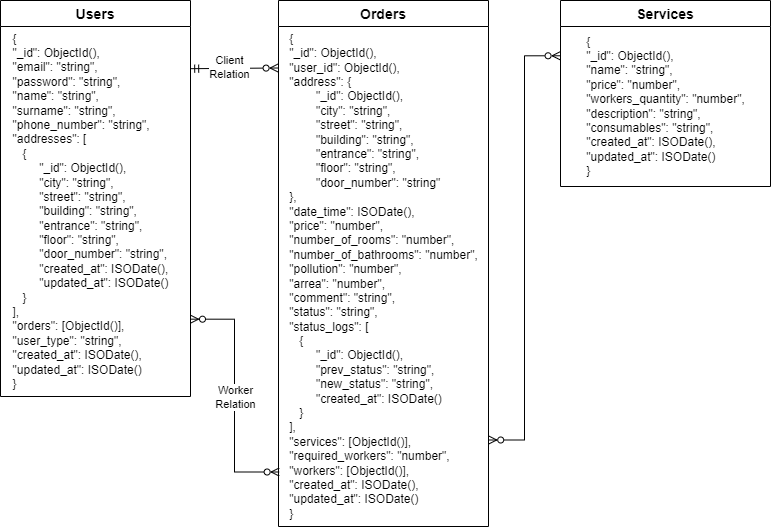
Earlier version of the draw.io export assets/nosql.png (moevm/nosql2h24-cleaning). Source tidied: cells renumbered, new cells last; positions are measured from the earlier drawing's top-left corner, leaving out a move shared by most shapes.
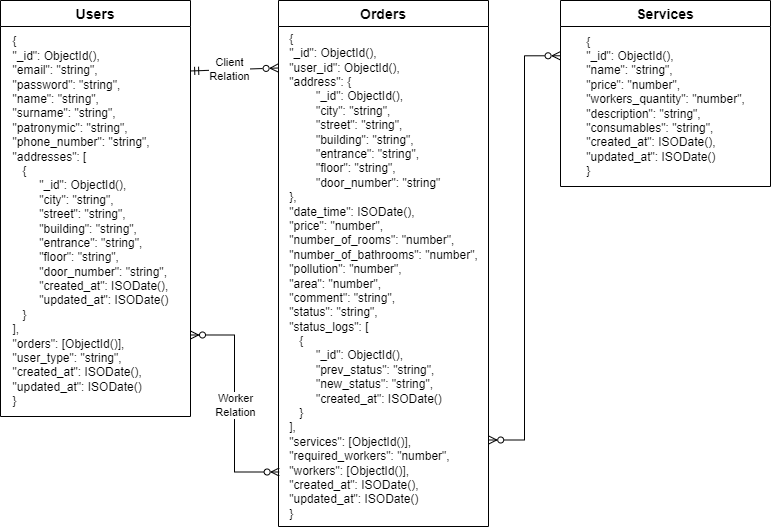
After the commit.

Commit message:
update: nosql scheme

Diff of the diagram source:
```diff
@@ -3,15 +3,15 @@
     <mxCell id="0" />
     <mxCell id="1" parent="0" />
     <mxCell id="2" value="Users" style="swimlane;fontStyle=1;horizontal=1;startSize=26;align=center;fontSize=14;" parent="1" vertex="1">
-      <mxGeometry width="190" height="396" as="geometry" />
+      <mxGeometry width="190" height="416" as="geometry" />
     </mxCell>
-    <mxCell id="3" value="&lt;div style=&quot;text-align: justify;&quot;&gt;&lt;span style=&quot;background-color: initial;&quot;&gt;{&lt;/span&gt;&lt;/div&gt;&lt;div style=&quot;text-align: justify;&quot;&gt;&lt;span style=&quot;background-color: initial;&quot;&gt;&quot;_id&quot;: ObjectId(),&lt;/span&gt;&lt;/div&gt;&lt;div style=&quot;text-align: justify;&quot;&gt;&lt;span style=&quot;background-color: initial;&quot;&gt;&quot;email&quot;: &quot;string&quot;,&lt;/span&gt;&lt;/div&gt;&lt;div style=&quot;text-align: justify;&quot;&gt;&lt;span style=&quot;background-color: initial;&quot;&gt;&quot;password&quot;: &quot;string&quot;,&lt;/span&gt;&lt;/div&gt;&lt;div style=&quot;text-align: justify;&quot;&gt;&lt;span style=&quot;background-color: initial;&quot;&gt;&quot;name&quot;: &quot;string&quot;,&lt;/span&gt;&lt;/div&gt;&lt;div style=&quot;text-align: justify;&quot;&gt;&lt;span style=&quot;background-color: initial;&quot;&gt;&quot;surname&quot;: &quot;string&quot;,&lt;/span&gt;&lt;/div&gt;&lt;div style=&quot;text-align: justify;&quot;&gt;&lt;span style=&quot;background-color: initial;&quot;&gt;&quot;phone_number&quot;: &quot;string&quot;,&lt;/span&gt;&lt;/div&gt;&lt;div style=&quot;text-align: justify;&quot;&gt;&quot;addresses&quot;: [&lt;/div&gt;&lt;div style=&quot;text-align: justify;&quot;&gt;&amp;nbsp; &amp;nbsp;{&lt;/div&gt;&lt;div style=&quot;text-align: justify;&quot;&gt;&lt;span style=&quot;white-space: pre;&quot;&gt;&#9;&lt;/span&gt;&quot;_id&quot;: ObjectId(),&lt;br&gt;&lt;/div&gt;&lt;div style=&quot;text-align: justify;&quot;&gt;&lt;span style=&quot;white-space: pre;&quot;&gt;&#9;&lt;/span&gt;&quot;city&quot;: &quot;string&quot;,&lt;br&gt;&lt;/div&gt;&lt;div style=&quot;text-align: justify;&quot;&gt;&lt;span style=&quot;white-space: pre;&quot;&gt;&#9;&lt;/span&gt;&quot;street&quot;: &quot;string&quot;,&lt;br&gt;&lt;/div&gt;&lt;div style=&quot;text-align: justify;&quot;&gt;&lt;span style=&quot;white-space: pre;&quot;&gt;&#9;&lt;/span&gt;&quot;building&quot;: &quot;string&quot;,&lt;br&gt;&lt;/div&gt;&lt;div style=&quot;text-align: justify;&quot;&gt;&lt;span style=&quot;white-space: pre;&quot;&gt;&#9;&lt;/span&gt;&quot;entrance&quot;: &quot;string&quot;,&lt;br&gt;&lt;/div&gt;&lt;div style=&quot;text-align: justify;&quot;&gt;&lt;span style=&quot;white-space: pre;&quot;&gt;&#9;&lt;/span&gt;&quot;floor&quot;: &quot;string&quot;,&lt;br&gt;&lt;/div&gt;&lt;div style=&quot;text-align: justify;&quot;&gt;&lt;span style=&quot;white-space: pre;&quot;&gt;&#9;&lt;/span&gt;&quot;door_number&quot;: &quot;string&quot;,&lt;br&gt;&lt;/div&gt;&lt;div style=&quot;text-align: justify;&quot;&gt;&lt;span style=&quot;white-space: pre;&quot;&gt;&#9;&lt;/span&gt;&lt;span style=&quot;background-color: initial;&quot;&gt;&quot;created_at&quot;: ISODate(),&lt;/span&gt;&lt;/div&gt;&lt;div style=&quot;text-align: justify;&quot;&gt;&lt;span style=&quot;background-color: initial;&quot;&gt;&lt;span style=&quot;white-space: pre;&quot;&gt;&#9;&lt;/span&gt;&quot;updated_at&quot;: ISODate()&lt;/span&gt;&lt;span style=&quot;background-color: initial;&quot;&gt;&amp;nbsp; &amp;nbsp;&lt;/span&gt;&lt;/div&gt;&lt;div style=&quot;text-align: justify;&quot;&gt;&amp;nbsp; &amp;nbsp;}&lt;br&gt;&lt;/div&gt;&lt;div style=&quot;text-align: justify;&quot;&gt;],&lt;/div&gt;&lt;div style=&quot;text-align: justify;&quot;&gt;&quot;orders&quot;: [ObjectId()],&lt;/div&gt;&lt;div style=&quot;text-align: justify;&quot;&gt;&quot;user_type&quot;: &quot;string&quot;,&lt;/div&gt;&lt;div style=&quot;text-align: justify;&quot;&gt;&quot;created_at&quot;: ISODate(),&lt;/div&gt;&lt;div style=&quot;text-align: justify;&quot;&gt;&quot;updated_at&quot;: ISODate()&lt;/div&gt;&lt;div style=&quot;text-align: justify;&quot;&gt;}&lt;/div&gt;" style="text;html=1;align=center;verticalAlign=middle;points=[];strokeColor=none;fillColor=none;" parent="2" vertex="1">
-      <mxGeometry y="26" width="190" height="370" as="geometry" />
+    <mxCell id="3" value="&lt;div style=&quot;text-align: justify;&quot;&gt;&lt;span style=&quot;background-color: initial;&quot;&gt;{&lt;/span&gt;&lt;/div&gt;&lt;div style=&quot;text-align: justify;&quot;&gt;&lt;span style=&quot;background-color: initial;&quot;&gt;&quot;_id&quot;: ObjectId(),&lt;/span&gt;&lt;/div&gt;&lt;div style=&quot;text-align: justify;&quot;&gt;&lt;span style=&quot;background-color: initial;&quot;&gt;&quot;email&quot;: &quot;string&quot;,&lt;/span&gt;&lt;/div&gt;&lt;div style=&quot;text-align: justify;&quot;&gt;&lt;span style=&quot;background-color: initial;&quot;&gt;&quot;password&quot;: &quot;string&quot;,&lt;/span&gt;&lt;/div&gt;&lt;div style=&quot;text-align: justify;&quot;&gt;&lt;span style=&quot;background-color: initial;&quot;&gt;&quot;name&quot;: &quot;string&quot;,&lt;/span&gt;&lt;/div&gt;&lt;div style=&quot;text-align: justify;&quot;&gt;&lt;span style=&quot;background-color: initial;&quot;&gt;&quot;surname&quot;: &quot;string&quot;,&lt;/span&gt;&lt;/div&gt;&lt;div style=&quot;text-align: justify;&quot;&gt;&lt;span style=&quot;background-color: initial;&quot;&gt;&quot;&lt;/span&gt;&lt;span style=&quot;text-align: left; text-wrap: wrap; background-color: initial;&quot;&gt;patronymic&lt;/span&gt;&lt;span style=&quot;background-color: initial;&quot;&gt;&quot;: &quot;string&quot;,&lt;/span&gt;&lt;/div&gt;&lt;div style=&quot;text-align: justify;&quot;&gt;&lt;span style=&quot;background-color: initial;&quot;&gt;&quot;phone_number&quot;: &quot;string&quot;,&lt;/span&gt;&lt;/div&gt;&lt;div style=&quot;text-align: justify;&quot;&gt;&quot;addresses&quot;: [&lt;/div&gt;&lt;div style=&quot;text-align: justify;&quot;&gt;&amp;nbsp; &amp;nbsp;{&lt;/div&gt;&lt;div style=&quot;text-align: justify;&quot;&gt;&lt;span style=&quot;white-space: pre;&quot;&gt;&#9;&lt;/span&gt;&quot;_id&quot;: ObjectId(),&lt;br&gt;&lt;/div&gt;&lt;div style=&quot;text-align: justify;&quot;&gt;&lt;span style=&quot;white-space: pre;&quot;&gt;&#9;&lt;/span&gt;&quot;city&quot;: &quot;string&quot;,&lt;br&gt;&lt;/div&gt;&lt;div style=&quot;text-align: justify;&quot;&gt;&lt;span style=&quot;white-space: pre;&quot;&gt;&#9;&lt;/span&gt;&quot;street&quot;: &quot;string&quot;,&lt;br&gt;&lt;/div&gt;&lt;div style=&quot;text-align: justify;&quot;&gt;&lt;span style=&quot;white-space: pre;&quot;&gt;&#9;&lt;/span&gt;&quot;building&quot;: &quot;string&quot;,&lt;br&gt;&lt;/div&gt;&lt;div style=&quot;text-align: justify;&quot;&gt;&lt;span style=&quot;white-space: pre;&quot;&gt;&#9;&lt;/span&gt;&quot;entrance&quot;: &quot;string&quot;,&lt;br&gt;&lt;/div&gt;&lt;div style=&quot;text-align: justify;&quot;&gt;&lt;span style=&quot;white-space: pre;&quot;&gt;&#9;&lt;/span&gt;&quot;floor&quot;: &quot;string&quot;,&lt;br&gt;&lt;/div&gt;&lt;div style=&quot;text-align: justify;&quot;&gt;&lt;span style=&quot;white-space: pre;&quot;&gt;&#9;&lt;/span&gt;&quot;door_number&quot;: &quot;string&quot;,&lt;br&gt;&lt;/div&gt;&lt;div style=&quot;text-align: justify;&quot;&gt;&lt;span style=&quot;white-space: pre;&quot;&gt;&#9;&lt;/span&gt;&lt;span style=&quot;background-color: initial;&quot;&gt;&quot;created_at&quot;: ISODate(),&lt;/span&gt;&lt;/div&gt;&lt;div style=&quot;text-align: justify;&quot;&gt;&lt;span style=&quot;background-color: initial;&quot;&gt;&lt;span style=&quot;white-space: pre;&quot;&gt;&#9;&lt;/span&gt;&quot;updated_at&quot;: ISODate()&lt;/span&gt;&lt;span style=&quot;background-color: initial;&quot;&gt;&amp;nbsp; &amp;nbsp;&lt;/span&gt;&lt;/div&gt;&lt;div style=&quot;text-align: justify;&quot;&gt;&amp;nbsp; &amp;nbsp;}&lt;br&gt;&lt;/div&gt;&lt;div style=&quot;text-align: justify;&quot;&gt;],&lt;/div&gt;&lt;div style=&quot;text-align: justify;&quot;&gt;&quot;orders&quot;: [ObjectId()],&lt;/div&gt;&lt;div style=&quot;text-align: justify;&quot;&gt;&quot;user_type&quot;: &quot;string&quot;,&lt;/div&gt;&lt;div style=&quot;text-align: justify;&quot;&gt;&quot;created_at&quot;: ISODate(),&lt;/div&gt;&lt;div style=&quot;text-align: justify;&quot;&gt;&quot;updated_at&quot;: ISODate()&lt;/div&gt;&lt;div style=&quot;text-align: justify;&quot;&gt;}&lt;/div&gt;" style="text;html=1;align=center;verticalAlign=middle;points=[];strokeColor=none;fillColor=none;" parent="2" vertex="1">
+      <mxGeometry y="26" width="190" height="390" as="geometry" />
     </mxCell>
     <mxCell id="4" value="Orders" style="swimlane;fontStyle=1;horizontal=1;startSize=26;align=center;fontSize=14;" parent="1" vertex="1">
       <mxGeometry x="278" width="210" height="526" as="geometry" />
     </mxCell>
-    <mxCell id="5" value="&lt;div style=&quot;text-align: justify;&quot;&gt;&lt;span style=&quot;background-color: initial;&quot;&gt;{&lt;/span&gt;&lt;/div&gt;&lt;div style=&quot;text-align: justify;&quot;&gt;&lt;span style=&quot;background-color: initial;&quot;&gt;&quot;_id&quot;: ObjectId(),&lt;/span&gt;&lt;/div&gt;&lt;div style=&quot;text-align: justify;&quot;&gt;&quot;user_id&quot;: ObjectId(),&lt;/div&gt;&lt;div style=&quot;text-align: justify;&quot;&gt;&quot;address&quot;:&amp;nbsp;&lt;span style=&quot;background-color: initial;&quot;&gt;{&lt;/span&gt;&lt;/div&gt;&lt;div style=&quot;text-align: justify;&quot;&gt;&lt;span style=&quot;background-color: initial;&quot;&gt;&lt;span style=&quot;white-space: pre;&quot;&gt;&#9;&lt;/span&gt;&quot;_id&quot;: ObjectId(),&lt;br&gt;&lt;/span&gt;&lt;/div&gt;&lt;div style=&quot;text-align: justify;&quot;&gt;&lt;span style=&quot;white-space-collapse: preserve;&quot;&gt;&#9;&lt;/span&gt;&quot;city&quot;: &quot;string&quot;,&lt;br&gt;&lt;/div&gt;&lt;div style=&quot;text-align: justify;&quot;&gt;&lt;span style=&quot;white-space-collapse: preserve;&quot;&gt;&#9;&lt;/span&gt;&quot;street&quot;: &quot;string&quot;,&lt;br&gt;&lt;/div&gt;&lt;div style=&quot;text-align: justify;&quot;&gt;&lt;span style=&quot;white-space-collapse: preserve;&quot;&gt;&#9;&lt;/span&gt;&quot;building&quot;: &quot;string&quot;,&lt;br&gt;&lt;/div&gt;&lt;div style=&quot;text-align: justify;&quot;&gt;&lt;span style=&quot;white-space-collapse: preserve;&quot;&gt;&#9;&lt;/span&gt;&quot;entrance&quot;: &quot;string&quot;,&lt;br&gt;&lt;/div&gt;&lt;div style=&quot;text-align: justify;&quot;&gt;&lt;span style=&quot;white-space-collapse: preserve;&quot;&gt;&#9;&lt;/span&gt;&quot;floor&quot;: &quot;string&quot;,&lt;br&gt;&lt;/div&gt;&lt;div style=&quot;text-align: justify;&quot;&gt;&lt;span style=&quot;background-color: initial; white-space-collapse: preserve;&quot;&gt;&#9;&lt;/span&gt;&lt;span style=&quot;background-color: initial;&quot;&gt;&quot;door_number&quot;: &quot;string&quot;&lt;/span&gt;&lt;br&gt;&lt;/div&gt;&lt;div style=&quot;text-align: justify;&quot;&gt;}&lt;span style=&quot;background-color: initial;&quot;&gt;,&lt;/span&gt;&lt;/div&gt;&lt;div style=&quot;text-align: justify;&quot;&gt;&quot;date_time&quot;: ISODate(),&lt;span style=&quot;background-color: initial;&quot;&gt;&lt;br&gt;&lt;/span&gt;&lt;/div&gt;&lt;div style=&quot;text-align: justify;&quot;&gt;&lt;span style=&quot;background-color: initial;&quot;&gt;&quot;price&quot;: &quot;number&quot;,&lt;/span&gt;&lt;/div&gt;&lt;div style=&quot;text-align: justify;&quot;&gt;&quot;number_of_rooms&quot;: &quot;number&quot;,&lt;/div&gt;&lt;div style=&quot;text-align: justify;&quot;&gt;&quot;number_of_bathrooms&quot;: &quot;number&quot;,&lt;/div&gt;&lt;div style=&quot;text-align: justify;&quot;&gt;&quot;pollution&quot;: &quot;number&quot;,&lt;/div&gt;&lt;div style=&quot;text-align: justify;&quot;&gt;&quot;arrea&quot;: &quot;number&quot;,&lt;/div&gt;&lt;div style=&quot;text-align: justify;&quot;&gt;&quot;&lt;span style=&quot;white-space: pre-wrap;&quot; class=&quot;EzKURWReUAB5oZgtQNkl&quot;&gt;comment&lt;/span&gt;&quot;: &quot;string&quot;,&lt;/div&gt;&lt;div style=&quot;text-align: justify;&quot;&gt;&lt;span style=&quot;background-color: initial;&quot;&gt;&quot;status&quot;: &quot;string&quot;,&lt;/span&gt;&lt;/div&gt;&lt;div style=&quot;text-align: justify;&quot;&gt;&quot;status_logs&quot;: [&lt;/div&gt;&lt;div style=&quot;text-align: justify;&quot;&gt;&amp;nbsp; &amp;nbsp;{&lt;/div&gt;&lt;div style=&quot;text-align: justify;&quot;&gt;&lt;span style=&quot;white-space: pre;&quot;&gt;&#9;&lt;/span&gt;&quot;_id&quot;: ObjectId(),&lt;br&gt;&lt;/div&gt;&lt;div style=&quot;text-align: justify;&quot;&gt;&lt;span style=&quot;white-space: pre;&quot;&gt;&#9;&lt;/span&gt;&quot;prev_status&quot;: &quot;string&quot;,&lt;br&gt;&lt;/div&gt;&lt;div style=&quot;text-align: justify;&quot;&gt;&lt;span style=&quot;white-space: pre;&quot;&gt;&#9;&lt;/span&gt;&quot;&lt;span style=&quot;background-color: initial;&quot;&gt;new_status&lt;/span&gt;&lt;span style=&quot;background-color: initial;&quot;&gt;&quot;: &quot;string&quot;,&lt;/span&gt;&lt;/div&gt;&lt;div style=&quot;text-align: justify;&quot;&gt;&lt;span style=&quot;background-color: initial;&quot;&gt;&lt;span style=&quot;white-space: pre;&quot;&gt;&#9;&lt;/span&gt;&quot;created_at&quot;: ISODate()&lt;br&gt;&lt;/span&gt;&lt;/div&gt;&lt;div style=&quot;text-align: justify;&quot;&gt;&amp;nbsp; &amp;nbsp;}&amp;nbsp; &amp;nbsp;&lt;/div&gt;&lt;div style=&quot;text-align: justify;&quot;&gt;],&lt;/div&gt;&lt;div style=&quot;text-align: justify;&quot;&gt;&quot;services&quot;: [ObjectId()],&lt;/div&gt;&lt;div style=&quot;text-align: justify;&quot;&gt;&quot;required_workers&quot;: &quot;number&quot;,&lt;/div&gt;&lt;div style=&quot;text-align: justify;&quot;&gt;&quot;workers&quot;: [ObjectId()],&lt;/div&gt;&lt;div style=&quot;text-align: justify;&quot;&gt;&lt;div&gt;&lt;span style=&quot;background-color: initial;&quot;&gt;&quot;created_at&quot;: ISODate(),&lt;/span&gt;&lt;/div&gt;&lt;div&gt;&lt;span style=&quot;background-color: initial;&quot;&gt;&quot;updated_at&quot;: ISODate()&lt;/span&gt;&lt;/div&gt;&lt;/div&gt;&lt;div style=&quot;text-align: justify;&quot;&gt;&lt;span style=&quot;background-color: initial;&quot;&gt;}&lt;/span&gt;&lt;br&gt;&lt;/div&gt;" style="text;html=1;align=center;verticalAlign=middle;points=[];strokeColor=none;fillColor=none;" parent="4" vertex="1">
+    <mxCell id="5" value="&lt;div style=&quot;text-align: justify;&quot;&gt;&lt;span style=&quot;background-color: initial;&quot;&gt;{&lt;/span&gt;&lt;/div&gt;&lt;div style=&quot;text-align: justify;&quot;&gt;&lt;span style=&quot;background-color: initial;&quot;&gt;&quot;_id&quot;: ObjectId(),&lt;/span&gt;&lt;/div&gt;&lt;div style=&quot;text-align: justify;&quot;&gt;&quot;user_id&quot;: ObjectId(),&lt;/div&gt;&lt;div style=&quot;text-align: justify;&quot;&gt;&quot;address&quot;:&amp;nbsp;&lt;span style=&quot;background-color: initial;&quot;&gt;{&lt;/span&gt;&lt;/div&gt;&lt;div style=&quot;text-align: justify;&quot;&gt;&lt;span style=&quot;background-color: initial;&quot;&gt;&lt;span style=&quot;white-space: pre;&quot;&gt;&#9;&lt;/span&gt;&quot;_id&quot;: ObjectId(),&lt;br&gt;&lt;/span&gt;&lt;/div&gt;&lt;div style=&quot;text-align: justify;&quot;&gt;&lt;span style=&quot;white-space-collapse: preserve;&quot;&gt;&#9;&lt;/span&gt;&quot;city&quot;: &quot;string&quot;,&lt;br&gt;&lt;/div&gt;&lt;div style=&quot;text-align: justify;&quot;&gt;&lt;span style=&quot;white-space-collapse: preserve;&quot;&gt;&#9;&lt;/span&gt;&quot;street&quot;: &quot;string&quot;,&lt;br&gt;&lt;/div&gt;&lt;div style=&quot;text-align: justify;&quot;&gt;&lt;span style=&quot;white-space-collapse: preserve;&quot;&gt;&#9;&lt;/span&gt;&quot;building&quot;: &quot;string&quot;,&lt;br&gt;&lt;/div&gt;&lt;div style=&quot;text-align: justify;&quot;&gt;&lt;span style=&quot;white-space-collapse: preserve;&quot;&gt;&#9;&lt;/span&gt;&quot;entrance&quot;: &quot;string&quot;,&lt;br&gt;&lt;/div&gt;&lt;div style=&quot;text-align: justify;&quot;&gt;&lt;span style=&quot;white-space-collapse: preserve;&quot;&gt;&#9;&lt;/span&gt;&quot;floor&quot;: &quot;string&quot;,&lt;br&gt;&lt;/div&gt;&lt;div style=&quot;text-align: justify;&quot;&gt;&lt;span style=&quot;background-color: initial; white-space-collapse: preserve;&quot;&gt;&#9;&lt;/span&gt;&lt;span style=&quot;background-color: initial;&quot;&gt;&quot;door_number&quot;: &quot;string&quot;&lt;/span&gt;&lt;br&gt;&lt;/div&gt;&lt;div style=&quot;text-align: justify;&quot;&gt;}&lt;span style=&quot;background-color: initial;&quot;&gt;,&lt;/span&gt;&lt;/div&gt;&lt;div style=&quot;text-align: justify;&quot;&gt;&quot;date_time&quot;: ISODate(),&lt;span style=&quot;background-color: initial;&quot;&gt;&lt;br&gt;&lt;/span&gt;&lt;/div&gt;&lt;div style=&quot;text-align: justify;&quot;&gt;&lt;span style=&quot;background-color: initial;&quot;&gt;&quot;price&quot;: &quot;number&quot;,&lt;/span&gt;&lt;/div&gt;&lt;div style=&quot;text-align: justify;&quot;&gt;&quot;number_of_rooms&quot;: &quot;number&quot;,&lt;/div&gt;&lt;div style=&quot;text-align: justify;&quot;&gt;&quot;number_of_bathrooms&quot;: &quot;number&quot;,&lt;/div&gt;&lt;div style=&quot;text-align: justify;&quot;&gt;&quot;pollution&quot;: &quot;number&quot;,&lt;/div&gt;&lt;div style=&quot;text-align: justify;&quot;&gt;&quot;area&quot;: &quot;number&quot;,&lt;/div&gt;&lt;div style=&quot;text-align: justify;&quot;&gt;&quot;&lt;span style=&quot;white-space: pre-wrap;&quot; class=&quot;EzKURWReUAB5oZgtQNkl&quot;&gt;comment&lt;/span&gt;&quot;: &quot;string&quot;,&lt;/div&gt;&lt;div style=&quot;text-align: justify;&quot;&gt;&lt;span style=&quot;background-color: initial;&quot;&gt;&quot;status&quot;: &quot;string&quot;,&lt;/span&gt;&lt;/div&gt;&lt;div style=&quot;text-align: justify;&quot;&gt;&quot;status_logs&quot;: [&lt;/div&gt;&lt;div style=&quot;text-align: justify;&quot;&gt;&amp;nbsp; &amp;nbsp;{&lt;/div&gt;&lt;div style=&quot;text-align: justify;&quot;&gt;&lt;span style=&quot;white-space: pre;&quot;&gt;&#9;&lt;/span&gt;&quot;_id&quot;: ObjectId(),&lt;br&gt;&lt;/div&gt;&lt;div style=&quot;text-align: justify;&quot;&gt;&lt;span style=&quot;white-space: pre;&quot;&gt;&#9;&lt;/span&gt;&quot;prev_status&quot;: &quot;string&quot;,&lt;br&gt;&lt;/div&gt;&lt;div style=&quot;text-align: justify;&quot;&gt;&lt;span style=&quot;white-space: pre;&quot;&gt;&#9;&lt;/span&gt;&quot;&lt;span style=&quot;background-color: initial;&quot;&gt;new_status&lt;/span&gt;&lt;span style=&quot;background-color: initial;&quot;&gt;&quot;: &quot;string&quot;,&lt;/span&gt;&lt;/div&gt;&lt;div style=&quot;text-align: justify;&quot;&gt;&lt;span style=&quot;background-color: initial;&quot;&gt;&lt;span style=&quot;white-space: pre;&quot;&gt;&#9;&lt;/span&gt;&quot;created_at&quot;: ISODate()&lt;br&gt;&lt;/span&gt;&lt;/div&gt;&lt;div style=&quot;text-align: justify;&quot;&gt;&amp;nbsp; &amp;nbsp;}&amp;nbsp; &amp;nbsp;&lt;/div&gt;&lt;div style=&quot;text-align: justify;&quot;&gt;],&lt;/div&gt;&lt;div style=&quot;text-align: justify;&quot;&gt;&quot;services&quot;: [ObjectId()],&lt;/div&gt;&lt;div style=&quot;text-align: justify;&quot;&gt;&quot;required_workers&quot;: &quot;number&quot;,&lt;/div&gt;&lt;div style=&quot;text-align: justify;&quot;&gt;&quot;workers&quot;: [ObjectId()],&lt;/div&gt;&lt;div style=&quot;text-align: justify;&quot;&gt;&lt;div&gt;&lt;span style=&quot;background-color: initial;&quot;&gt;&quot;created_at&quot;: ISODate(),&lt;/span&gt;&lt;/div&gt;&lt;div&gt;&lt;span style=&quot;background-color: initial;&quot;&gt;&quot;updated_at&quot;: ISODate()&lt;/span&gt;&lt;/div&gt;&lt;/div&gt;&lt;div style=&quot;text-align: justify;&quot;&gt;&lt;span style=&quot;background-color: initial;&quot;&gt;}&lt;/span&gt;&lt;br&gt;&lt;/div&gt;" style="text;html=1;align=center;verticalAlign=middle;points=[];strokeColor=none;fillColor=none;" parent="4" vertex="1">
       <mxGeometry y="26" width="210" height="500" as="geometry" />
     </mxCell>
     <mxCell id="6" style="rounded=0;jettySize=auto;html=1;entryX=-0.002;entryY=0.083;entryDx=0;entryDy=0;entryPerimeter=0;endArrow=ERzeroToMany;endFill=0;startArrow=ERmandOne;startFill=0;exitX=1.001;exitY=0.114;exitDx=0;exitDy=0;exitPerimeter=0;" parent="1" edge="1" source="3" target="5">
```
